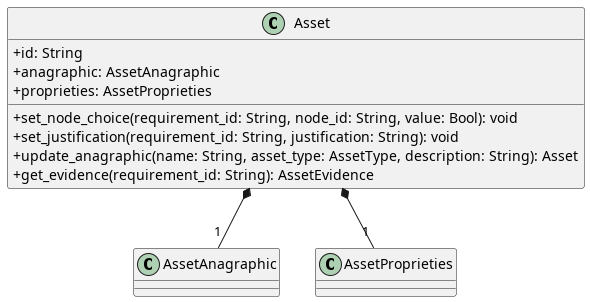
GroupRubberDuck/Documentazione keeps this PlantUML diagram as src/PB/DocumentazioneEsterna/Specifica_Tecnica/content/05-diagrammi-classi/uml/png/Dominio/Asset.png. Above is the earlier version. Source of this version:
```plantuml
@startuml Asset
skinparam classAttributeIconSize 0
class Asset {
    + id: String
    + anagraphic: AssetAnagraphic
    + proprieties: AssetProprieties

    + set_node_choice(requirement_id: String, node_id: String, value: Bool): void
    + set_justification(requirement_id: String, justification: String): void
    + update_anagraphic(name: String, asset_type: AssetType, description: String): Asset
    + get_evidence(requirement_id: String): AssetEvidence
}

Asset *-- "1" AssetAnagraphic
Asset *-- "1" AssetProprieties

@enduml
```
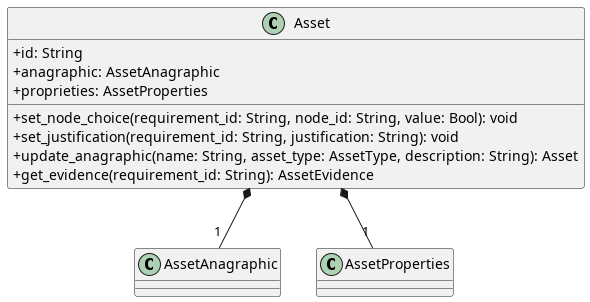
After the change.

The edit, as a diff of the source:
```diff
@@ -3,7 +3,7 @@
 class Asset {
     + id: String
     + anagraphic: AssetAnagraphic
-    + proprieties: AssetProprieties
+    + proprieties: AssetProperties
 
     + set_node_choice(requirement_id: String, node_id: String, value: Bool): void
     + set_justification(requirement_id: String, justification: String): void
@@ -12,6 +12,6 @@
 }
 
 Asset *-- "1" AssetAnagraphic
-Asset *-- "1" AssetProprieties
+Asset *-- "1" AssetProperties
 
 @enduml
```
